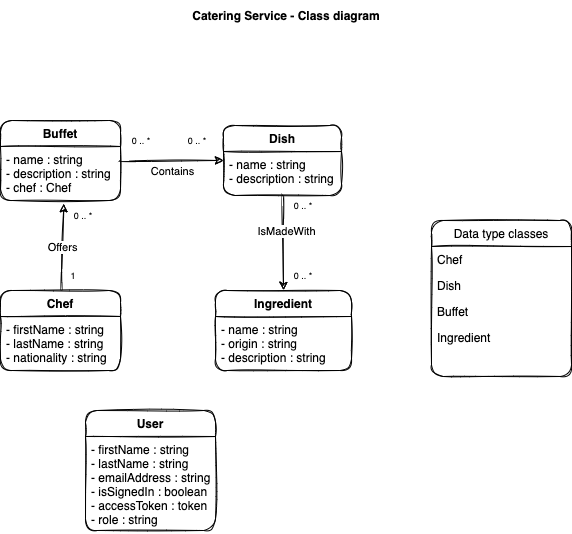
Before: classDiagram.png, a diagram exported from draw.io (filippovisconti/siw-catering-service). Source tidied: cells renumbered, new cells last; positions are measured from the earlier drawing's top-left corner, leaving out a move shared by most shapes.
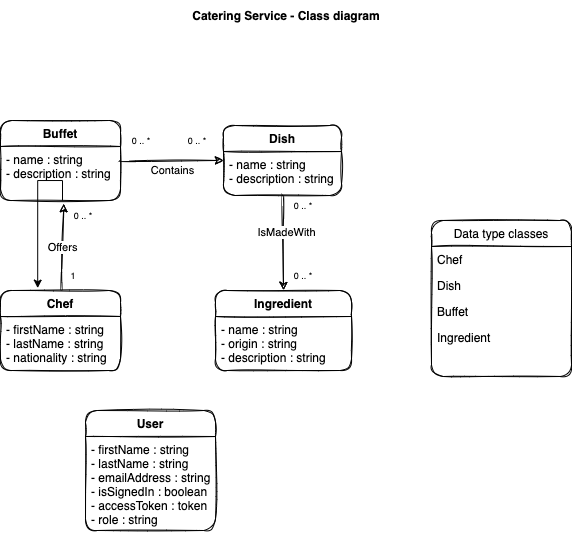
Later version of the same file.

Diff of the diagram source:
```diff
@@ -16,7 +16,7 @@
     <mxCell id="5" value="Buffet" style="swimlane;fontStyle=1;align=center;verticalAlign=top;horizontal=1;startSize=26;rounded=1;sketch=1;" parent="1" vertex="1">
       <mxGeometry y="120" width="120" height="80" as="geometry" />
     </mxCell>
-    <mxCell id="6" value="- name : string&#10;- description : string&#10;- chef : Chef" style="text;strokeColor=none;fillColor=none;align=left;verticalAlign=top;spacingLeft=4;spacingRight=4;overflow=hidden;points=[[0,0.5],[1,0.5]];portConstraint=eastwest;rounded=1;sketch=1;" parent="5" vertex="1">
+    <mxCell id="6" value="- name : string&#10;- description : string" style="text;strokeColor=none;fillColor=none;align=left;verticalAlign=top;spacingLeft=4;spacingRight=4;overflow=hidden;points=[[0,0.5],[1,0.5]];portConstraint=eastwest;rounded=1;sketch=1;" parent="5" vertex="1">
       <mxGeometry y="26" width="120" height="54" as="geometry" />
     </mxCell>
     <mxCell id="7" value="Data type classes" style="swimlane;fontStyle=0;horizontal=1;startSize=26;fillColor=none;rounded=1;sketch=1;" parent="1" vertex="1">
@@ -70,6 +70,9 @@
     <mxCell id="23" value="- firstName : string&#10;- lastName : string&#10;- emailAddress : string&#10;- isSignedIn : boolean&#10;- accessToken : token&#10;- role : string" style="text;strokeColor=none;fillColor=none;align=left;verticalAlign=top;spacingLeft=4;spacingRight=4;overflow=hidden;rounded=1;sketch=1;" parent="22" vertex="1">
       <mxGeometry y="26" width="130" height="94" as="geometry" />
     </mxCell>
+    <mxCell id="30" style="edgeStyle=orthogonalEdgeStyle;rounded=0;jettySize=auto;html=1;exitX=0;exitY=0;exitDx=0;exitDy=0;entryX=0.31;entryY=-0.03;entryDx=0;entryDy=0;entryPerimeter=0;" parent="1" edge="1" source="24" target="14">
+      <mxGeometry relative="1" as="geometry" />
+    </mxCell>
     <mxCell id="24" value="&lt;font style=&quot;font-size: 9px&quot;&gt;0 .. *&lt;/font&gt;" style="text;html=1;strokeColor=none;fillColor=none;align=center;verticalAlign=middle;whiteSpace=wrap;rounded=0;sketch=1;" parent="1" vertex="1">
       <mxGeometry x="62" y="200" width="42" height="30" as="geometry" />
     </mxCell>
```
